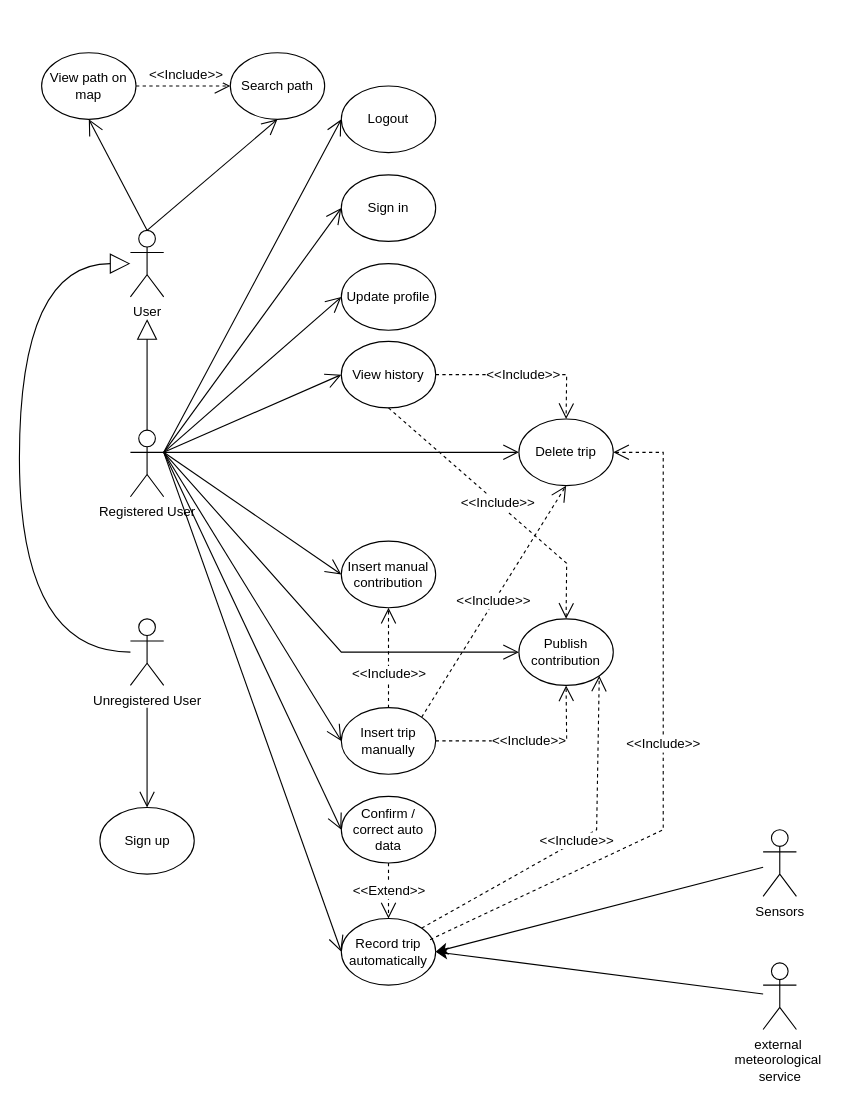
Francesco2035/RavelliRausaPoggi keeps this draw.io diagram as RASD/Version1.0/images/use_case_diagram.drawio. Above is the earlier version. Source tidied: cells renumbered, new cells numbered last; positions are measured from the earlier drawing's top-left corner, leaving out a move shared by most shapes. Both pictures are drawn from the tidied source at 111%, with x=0, y=0 at pixel (19, 52).
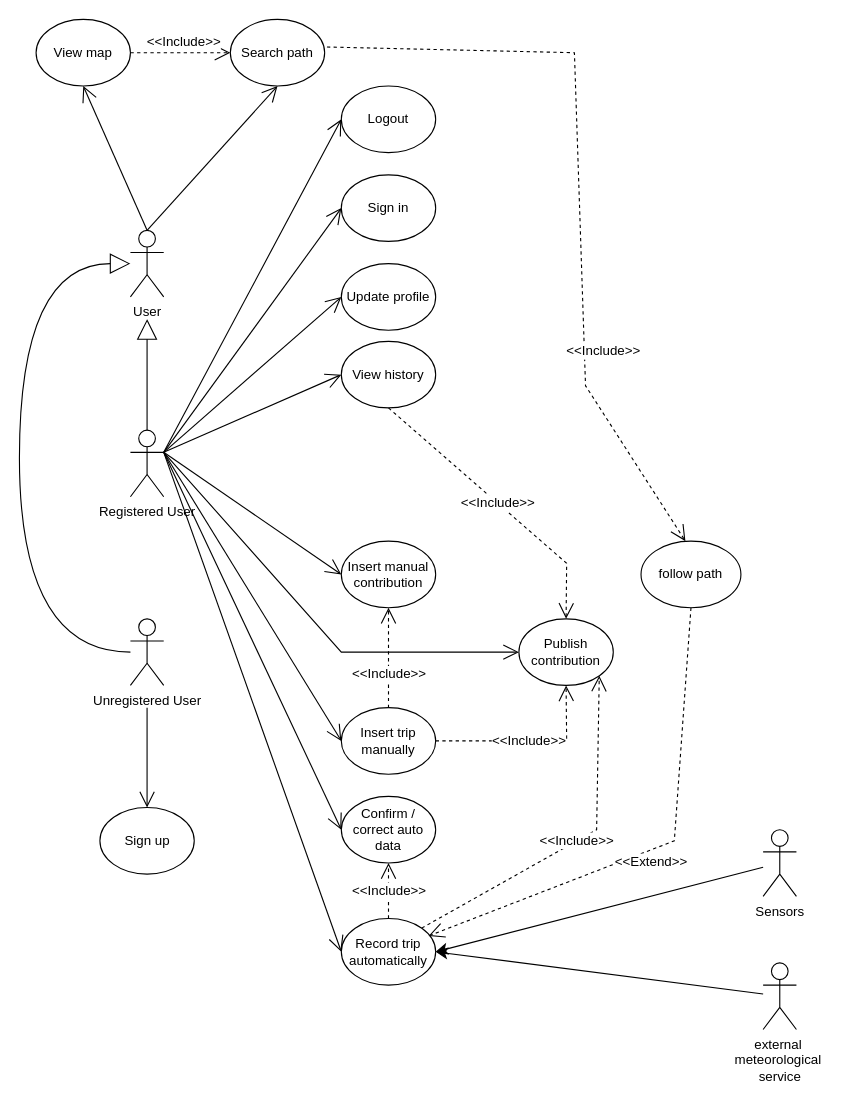
Above is the later version.

Unchanged cells that the change refers to:
```xml
<mxCell id="3" value="Registered User" style="shape=umlActor;verticalLabelPosition=bottom;verticalAlign=top;html=1;outlineConnect=0;" parent="1" vertex="1">
  <mxGeometry x="100" y="340" width="30" height="60" as="geometry" />
</mxCell>
<mxCell id="15" value="View history" style="ellipse;whiteSpace=wrap;html=1;" parent="1" vertex="1">
  <mxGeometry x="290" y="260" width="85" height="60" as="geometry" />
</mxCell>
<mxCell id="17" value="Insert trip manually" style="ellipse;whiteSpace=wrap;html=1;" parent="1" vertex="1">
  <mxGeometry x="290" y="590" width="85" height="60" as="geometry" />
</mxCell>
<mxCell id="18" value="Confirm / correct auto data" style="ellipse;whiteSpace=wrap;html=1;" parent="1" vertex="1">
  <mxGeometry x="290" y="670" width="85" height="60" as="geometry" />
</mxCell>
<mxCell id="19" value="Record trip automatically" style="ellipse;whiteSpace=wrap;html=1;" parent="1" vertex="1">
  <mxGeometry x="290" y="780" width="85" height="60" as="geometry" />
</mxCell>
```

Diff of the diagram source:
```diff
@@
     <mxCell id="11" value="Search path" style="ellipse;whiteSpace=wrap;html=1;" parent="1" vertex="1">
-      <mxGeometry x="190" width="85" height="60" as="geometry" />
+      <mxGeometry x="190" y="-30" width="85" height="60" as="geometry" />
     </mxCell>
@@
-    <mxCell id="22" value="View path on map" style="ellipse;whiteSpace=wrap;html=1;" parent="1" vertex="1">
-      <mxGeometry x="20" width="85" height="60" as="geometry" />
+    <mxCell id="22" value="View map" style="ellipse;whiteSpace=wrap;html=1;" parent="1" vertex="1">
+      <mxGeometry x="15" y="-30" width="85" height="60" as="geometry" />
     </mxCell>
@@
-    <mxCell id="28" style="endArrow=open;endFill=1;endSize=12;html=1;rounded=0;fontSize=12;curved=1;exitX=1;exitY=0.3333333333333333;exitDx=0;exitDy=0;exitPerimeter=0;entryX=0;entryY=0.5;entryDx=0;entryDy=0;" parent="1" edge="1" source="3" target="38">
-      <mxGeometry relative="1" as="geometry" />
-    </mxCell>
@@
-    <mxCell id="38" value="Delete trip" style="ellipse;whiteSpace=wrap;html=1;" parent="1" vertex="1">
-      <mxGeometry x="450" y="330" width="85" height="60" as="geometry" />
-    </mxCell>
@@
-    <mxCell id="40" value="&amp;lt;&amp;lt;Include&amp;gt;&amp;gt;" style="endArrow=open;endSize=12;dashed=1;html=1;rounded=0;fontSize=12;exitX=1;exitY=0.5;exitDx=0;exitDy=0;" parent="1" edge="1" source="15" target="38">
-      <mxGeometry relative="1" as="geometry">
-        <Array as="points">
-          <mxPoint x="493" y="290" />
-        </Array>
-      </mxGeometry>
-    </mxCell>
@@
-    <mxCell id="42" value="&amp;lt;&amp;lt;Include&amp;gt;&amp;gt;" style="endArrow=open;endSize=12;dashed=1;html=1;rounded=0;fontSize=12;curved=0;exitX=1;exitY=0.5;exitDx=0;exitDy=0;" parent="1" edge="1" source="22">
-      <mxGeometry x="0.06" y="10" relative="1" as="geometry">
-        <mxPoint x="190" y="30" as="targetPoint" />
-      </mxGeometry>
+    <mxCell id="42" value="&amp;lt;&amp;lt;Include&amp;gt;&amp;gt;" style="endArrow=open;endSize=12;dashed=1;html=1;rounded=0;fontSize=12;curved=0;exitX=1;exitY=0.5;exitDx=0;exitDy=0;entryX=0;entryY=0.5;entryDx=0;entryDy=0;" parent="1" edge="1" source="22" target="11">
+      <mxGeometry x="0.06" y="10" relative="1" as="geometry" />
     </mxCell>
-    <mxCell id="43" value="&amp;lt;&amp;lt;Include&amp;gt;&amp;gt;" style="endArrow=open;endSize=12;dashed=1;html=1;rounded=0;fontSize=12;entryX=0.5;entryY=1;entryDx=0;entryDy=0;exitX=1;exitY=0;exitDx=0;exitDy=0;" parent="1" edge="1" source="17" target="38">
-      <mxGeometry relative="1" as="geometry" />
-    </mxCell>
-    <mxCell id="44" value="&amp;lt;&amp;lt;Include&amp;gt;&amp;gt;" style="endArrow=open;endSize=12;dashed=1;html=1;rounded=0;fontSize=12;exitX=0.941;exitY=0.317;exitDx=0;exitDy=0;exitPerimeter=0;entryX=1;entryY=0.5;entryDx=0;entryDy=0;" parent="1" edge="1" source="19" target="38">
-      <mxGeometry relative="1" as="geometry">
-        <Array as="points">
-          <mxPoint x="580" y="700" />
-          <mxPoint x="580" y="390" />
-          <mxPoint x="580" y="360" />
-        </Array>
-      </mxGeometry>
-    </mxCell>
-    <mxCell id="45" value="&amp;lt;&amp;lt;Extend&amp;gt;&amp;gt;" style="endArrow=open;endSize=12;dashed=1;html=1;rounded=0;fontSize=12;exitX=0.5;exitY=1;exitDx=0;exitDy=0;entryX=0.5;entryY=0;entryDx=0;entryDy=0;" parent="1" edge="1" source="18" target="19">
+    <mxCell id="45" value="&amp;lt;&amp;lt;Include&amp;gt;&amp;gt;" style="endArrow=open;endSize=12;dashed=1;html=1;rounded=0;fontSize=12;exitX=0.5;exitY=0;exitDx=0;exitDy=0;entryX=0.5;entryY=1;entryDx=0;entryDy=0;" parent="1" edge="1" source="19" target="18">
       <mxGeometry relative="1" as="geometry" />
     </mxCell>
+    <mxCell id="46" value="&amp;lt;&amp;lt;Include&amp;gt;&amp;gt;" style="endArrow=open;endSize=12;dashed=1;html=1;rounded=0;fontSize=12;curved=0;exitX=1.024;exitY=0.414;exitDx=0;exitDy=0;exitPerimeter=0;" parent="1" edge="1" source="11">
+      <mxGeometry x="0.43" y="17" relative="1" as="geometry">
+        <mxPoint x="600" y="440" as="targetPoint" />
+        <Array as="points">
+          <mxPoint x="500" />
+          <mxPoint x="510" y="300" />
+        </Array>
+      </mxGeometry>
+    </mxCell>
+    <mxCell id="47" value="follow path" style="ellipse;whiteSpace=wrap;html=1;" parent="1" vertex="1">
+      <mxGeometry x="560" y="440" width="90" height="60" as="geometry" />
+    </mxCell>
+    <mxCell id="48" value="&amp;lt;&amp;lt;Extend&amp;gt;&amp;gt;" style="endArrow=open;endSize=12;dashed=1;html=1;rounded=0;fontSize=12;curved=0;entryX=0.925;entryY=0.261;entryDx=0;entryDy=0;entryPerimeter=0;exitX=0.5;exitY=1;exitDx=0;exitDy=0;" parent="1" edge="1" source="47" target="19">
+      <mxGeometry x="0.06" y="10" relative="1" as="geometry">
+        <Array as="points">
+          <mxPoint x="590" y="710" />
+        </Array>
+      </mxGeometry>
+    </mxCell>
```
